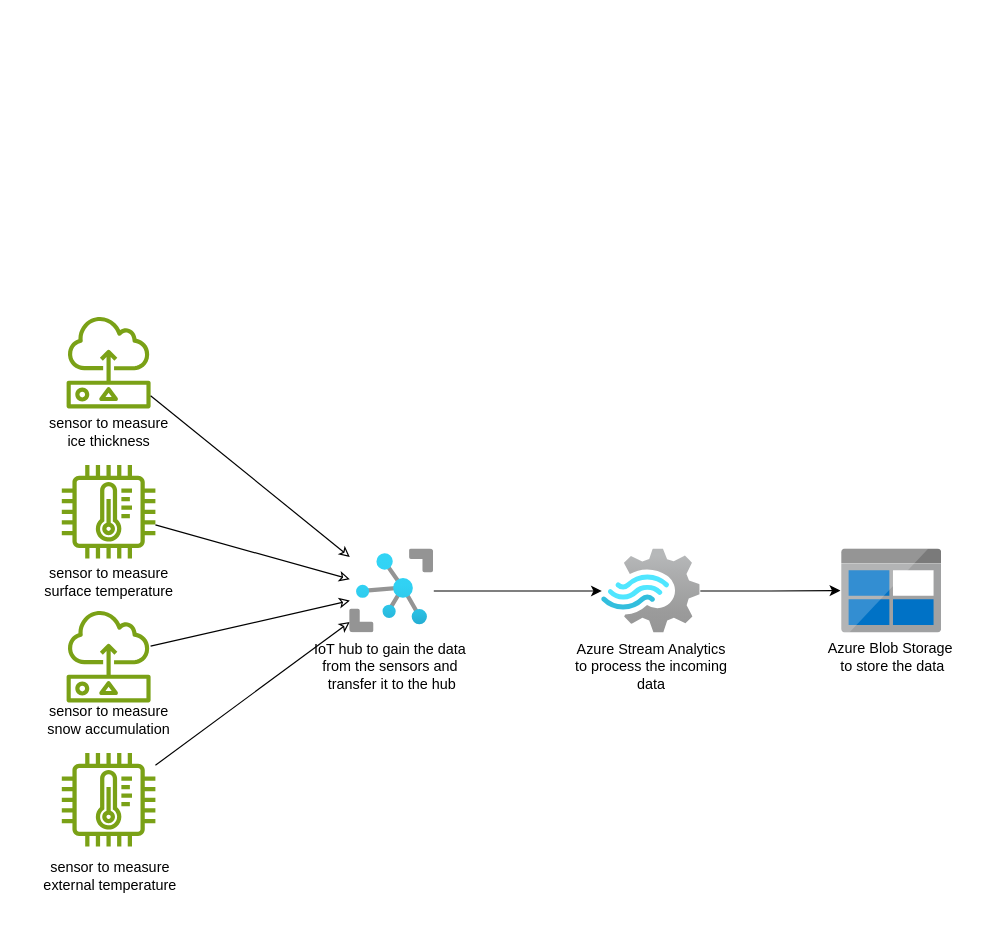
Above: Real_Time_System.drawio in mo10serek/CST_8916_Final_Project (draw.io), before the change. Source tidied: cells renumbered, new cells numbered last; positions are measured from the earlier drawing's top-left corner, leaving out a move shared by most shapes. Both pictures are drawn from the tidied source at 120%, with x=0, y=0 at pixel (30, 314).
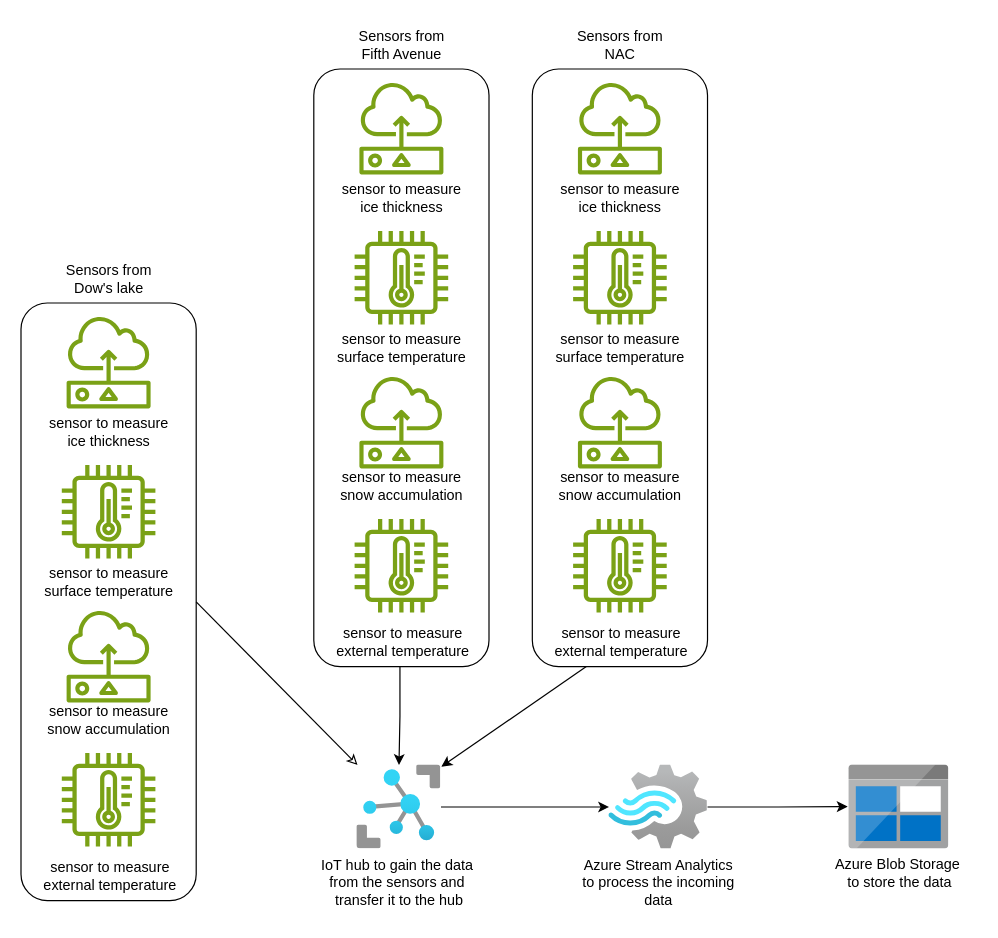
After the change.

Unchanged cells that the change refers to:
```xml
<mxCell id="2" style="sketch=0;outlineConnect=0;fontColor=#232F3E;gradientColor=none;fillColor=#7AA116;strokeColor=none;dashed=0;verticalLabelPosition=bottom;verticalAlign=top;align=center;html=1;fontSize=12;fontStyle=0;shape=mxgraph.aws4.iot_thing_temperature_sensor;" parent="1" vertex="1">
  <mxGeometry x="26" y="125" width="78" height="78" as="geometry" />
</mxCell>
<mxCell id="3" style="sketch=0;outlineConnect=0;fontColor=#232F3E;gradientColor=none;fillColor=#7AA116;strokeColor=none;dashed=0;verticalLabelPosition=bottom;verticalAlign=top;align=center;html=1;fontSize=12;fontStyle=0;shape=mxgraph.aws4.iot_thing_temperature_sensor;" parent="1" vertex="1">
  <mxGeometry x="26" y="365" width="78" height="78" as="geometry" />
</mxCell>
<mxCell id="4" style="sketch=0;outlineConnect=0;fontColor=#232F3E;gradientColor=none;fillColor=#7AA116;strokeColor=none;dashed=0;verticalLabelPosition=bottom;verticalAlign=top;align=center;html=1;fontSize=12;fontStyle=0;shape=mxgraph.aws4.sensor;" parent="1" vertex="1">
  <mxGeometry x="30" width="70" height="78" as="geometry" />
</mxCell>
<mxCell id="5" style="sketch=0;outlineConnect=0;fontColor=#232F3E;gradientColor=none;fillColor=#7AA116;strokeColor=none;dashed=0;verticalLabelPosition=bottom;verticalAlign=top;align=center;html=1;fontSize=12;fontStyle=0;shape=mxgraph.aws4.sensor;" parent="1" vertex="1">
  <mxGeometry x="30" y="245" width="70" height="78" as="geometry" />
</mxCell>
```

Change to the diagram source:
```diff
@@
+    <mxCell id="22" style="rounded=1;whiteSpace=wrap;html=1;" parent="1" vertex="1">
+      <mxGeometry x="-8" y="-10" width="146" height="498" as="geometry" />
+    </mxCell>
@@
-    <mxCell id="6" style="rounded=0;jettySize=auto;html=1;startArrow=classic;startFill=0;endArrow=none;" parent="1" edge="1" source="11" target="4">
+    <mxCell id="6" style="rounded=0;jettySize=auto;html=1;startArrow=classic;startFill=0;endArrow=none;entryX=1;entryY=0.5;entryDx=0;entryDy=0;" parent="1" edge="1" source="11" target="22">
       <mxGeometry relative="1" as="geometry" />
     </mxCell>
-    <mxCell id="7" style="rounded=0;jettySize=auto;html=1;startArrow=classic;startFill=0;endArrow=none;" parent="1" edge="1" source="11" target="2">
-      <mxGeometry relative="1" as="geometry" />
-    </mxCell>
-    <mxCell id="8" style="rounded=0;jettySize=auto;html=1;endArrow=none;endFill=1;startArrow=classic;startFill=0;" parent="1" edge="1" source="11" target="5">
-      <mxGeometry relative="1" as="geometry" />
-    </mxCell>
-    <mxCell id="9" style="rounded=0;jettySize=auto;html=1;endArrow=none;endFill=1;startArrow=classic;startFill=0;" parent="1" edge="1" source="11" target="3">
-      <mxGeometry relative="1" as="geometry" />
-    </mxCell>
@@
     <mxCell id="11" style="image;html=1;points=[];align=center;fontSize=12;image=img/lib/azure2/iot/IoT_Hub.svg;" parent="1" vertex="1">
-      <mxGeometry x="266" y="195" width="70" height="70" as="geometry" />
+      <mxGeometry x="272" y="375" width="70" height="70" as="geometry" />
     </mxCell>
     <mxCell id="12" style="image;html=1;points=[];align=center;fontSize=12;image=img/lib/azure2/iot/Stream_Analytics_Jobs.svg;" parent="1" vertex="1">
-      <mxGeometry x="476" y="195" width="82.1" height="70" as="geometry" />
+      <mxGeometry x="482" y="375" width="82.1" height="70" as="geometry" />
     </mxCell>
     <mxCell id="13" style="image;sketch=0;html=1;points=[];align=center;fontSize=12;image=img/lib/mscae/BlobBlock.svg;" parent="1" vertex="1">
-      <mxGeometry x="676" y="195" width="83.3" height="70" as="geometry" />
+      <mxGeometry x="682" y="375" width="83.3" height="70" as="geometry" />
     </mxCell>
@@
     <mxCell id="19" value="IoT hub to gain the data&amp;nbsp;&lt;div&gt;from the sensors and&amp;nbsp;&lt;/div&gt;&lt;div&gt;transfer it to the hub&lt;/div&gt;" style="text;html=1;align=center;verticalAlign=middle;strokeColor=none;fillColor=none;" parent="1" vertex="1">
-      <mxGeometry x="226" y="263" width="150" height="60" as="geometry" />
+      <mxGeometry x="232" y="443" width="150" height="60" as="geometry" />
     </mxCell>
     <mxCell id="20" value="Azure Stream Analytics&lt;div&gt;to process the incoming&lt;/div&gt;&lt;div&gt;data&lt;/div&gt;" style="text;html=1;align=center;verticalAlign=middle;strokeColor=none;fillColor=none;" parent="1" vertex="1">
-      <mxGeometry x="442" y="263" width="150" height="60" as="geometry" />
+      <mxGeometry x="448" y="443" width="150" height="60" as="geometry" />
     </mxCell>
     <mxCell id="21" value="Azure Blob Storage&amp;nbsp;&lt;div&gt;to store the data&lt;/div&gt;" style="text;html=1;align=center;verticalAlign=middle;strokeColor=none;fillColor=none;" parent="1" vertex="1">
-      <mxGeometry x="652.7" y="265" width="130" height="40" as="geometry" />
+      <mxGeometry x="658.7" y="445" width="130" height="40" as="geometry" />
     </mxCell>
+    <mxCell id="23" value="Sensors from&lt;div&gt;Dow's lake&lt;/div&gt;" style="text;html=1;align=center;verticalAlign=middle;strokeColor=none;fillColor=none;" parent="1" vertex="1">
+      <mxGeometry x="20" y="-50" width="90" height="40" as="geometry" />
+    </mxCell>
+    <mxCell id="24" style="edgeStyle=orthogonalEdgeStyle;rounded=0;jettySize=auto;html=1;exitX=0.483;exitY=0.925;exitDx=0;exitDy=0;exitPerimeter=0;" parent="1" edge="1" source="33" target="11">
+      <mxGeometry relative="1" as="geometry" />
+    </mxCell>
+    <mxCell id="25" style="rounded=1;whiteSpace=wrap;html=1;" parent="1" vertex="1">
+      <mxGeometry x="236" y="-205" width="146" height="498" as="geometry" />
+    </mxCell>
+    <mxCell id="26" style="sketch=0;fontColor=#232F3E;gradientColor=none;fillColor=#7AA116;strokeColor=none;dashed=0;verticalLabelPosition=bottom;verticalAlign=top;align=center;html=1;fontSize=12;fontStyle=0;shape=mxgraph.aws4.iot_thing_temperature_sensor;" parent="1" vertex="1">
+      <mxGeometry x="270" y="-70" width="78" height="78" as="geometry" />
+    </mxCell>
+    <mxCell id="27" style="sketch=0;fontColor=#232F3E;gradientColor=none;fillColor=#7AA116;strokeColor=none;dashed=0;verticalLabelPosition=bottom;verticalAlign=top;align=center;html=1;fontSize=12;fontStyle=0;shape=mxgraph.aws4.iot_thing_temperature_sensor;" parent="1" vertex="1">
+      <mxGeometry x="270" y="170" width="78" height="78" as="geometry" />
+    </mxCell>
+    <mxCell id="28" style="sketch=0;fontColor=#232F3E;gradientColor=none;fillColor=#7AA116;strokeColor=none;dashed=0;verticalLabelPosition=bottom;verticalAlign=top;align=center;html=1;fontSize=12;fontStyle=0;shape=mxgraph.aws4.sensor;" parent="1" vertex="1">
+      <mxGeometry x="274" y="-195" width="70" height="78" as="geometry" />
+    </mxCell>
+    <mxCell id="29" style="sketch=0;fontColor=#232F3E;gradientColor=none;fillColor=#7AA116;strokeColor=none;dashed=0;verticalLabelPosition=bottom;verticalAlign=top;align=center;html=1;fontSize=12;fontStyle=0;shape=mxgraph.aws4.sensor;" parent="1" vertex="1">
+      <mxGeometry x="274" y="50" width="70" height="78" as="geometry" />
+    </mxCell>
+    <mxCell id="30" value="sensor to measure&lt;div&gt;ice thickness&lt;/div&gt;" style="text;html=1;align=center;verticalAlign=middle;strokeColor=none;fillColor=none;" parent="1" vertex="1">
+      <mxGeometry x="249" y="-117" width="120" height="40" as="geometry" />
+    </mxCell>
+    <mxCell id="31" value="sensor to measure&lt;div&gt;surface temperature&lt;/div&gt;" style="text;html=1;align=center;verticalAlign=middle;strokeColor=none;fillColor=none;" parent="1" vertex="1">
+      <mxGeometry x="244" y="8" width="130" height="40" as="geometry" />
+    </mxCell>
+    <mxCell id="32" value="sensor to measure&lt;div&gt;snow accumulation&lt;/div&gt;" style="text;html=1;align=center;verticalAlign=middle;strokeColor=none;fillColor=none;" parent="1" vertex="1">
+      <mxGeometry x="244" y="123" width="130" height="40" as="geometry" />
+    </mxCell>
+    <mxCell id="33" value="sensor to measure&lt;div&gt;external temperature&lt;/div&gt;" style="text;html=1;align=center;verticalAlign=middle;points=[];strokeColor=none;fillColor=none;" parent="1" vertex="1">
+      <mxGeometry x="245" y="253" width="130" height="40" as="geometry" />
+    </mxCell>
+    <mxCell id="34" value="Sensors from&lt;div&gt;Fifth Avenue&lt;/div&gt;" style="text;html=1;align=center;verticalAlign=middle;strokeColor=none;fillColor=none;" parent="1" vertex="1">
+      <mxGeometry x="264" y="-245" width="90" height="40" as="geometry" />
+    </mxCell>
+    <mxCell id="35" style="rounded=1;whiteSpace=wrap;html=1;" parent="1" vertex="1">
+      <mxGeometry x="418.1" y="-205" width="146" height="498" as="geometry" />
+    </mxCell>
+    <mxCell id="36" style="sketch=0;fontColor=#232F3E;gradientColor=none;fillColor=#7AA116;strokeColor=none;dashed=0;verticalLabelPosition=bottom;verticalAlign=top;align=center;html=1;fontSize=12;fontStyle=0;shape=mxgraph.aws4.iot_thing_temperature_sensor;" parent="1" vertex="1">
+      <mxGeometry x="452.1" y="-70" width="78" height="78" as="geometry" />
+    </mxCell>
+    <mxCell id="37" style="sketch=0;fontColor=#232F3E;gradientColor=none;fillColor=#7AA116;strokeColor=none;dashed=0;verticalLabelPosition=bottom;verticalAlign=top;align=center;html=1;fontSize=12;fontStyle=0;shape=mxgraph.aws4.iot_thing_temperature_sensor;" parent="1" vertex="1">
+      <mxGeometry x="452.1" y="170" width="78" height="78" as="geometry" />
+    </mxCell>
+    <mxCell id="38" style="sketch=0;fontColor=#232F3E;gradientColor=none;fillColor=#7AA116;strokeColor=none;dashed=0;verticalLabelPosition=bottom;verticalAlign=top;align=center;html=1;fontSize=12;fontStyle=0;shape=mxgraph.aws4.sensor;" parent="1" vertex="1">
+      <mxGeometry x="456.1" y="-195" width="70" height="78" as="geometry" />
+    </mxCell>
+    <mxCell id="39" style="sketch=0;fontColor=#232F3E;gradientColor=none;fillColor=#7AA116;strokeColor=none;dashed=0;verticalLabelPosition=bottom;verticalAlign=top;align=center;html=1;fontSize=12;fontStyle=0;shape=mxgraph.aws4.sensor;" parent="1" vertex="1">
+      <mxGeometry x="456.1" y="50" width="70" height="78" as="geometry" />
+    </mxCell>
+    <mxCell id="40" value="sensor to measure&lt;div&gt;ice thickness&lt;/div&gt;" style="text;html=1;align=center;verticalAlign=middle;strokeColor=none;fillColor=none;" parent="1" vertex="1">
+      <mxGeometry x="431.1" y="-117" width="120" height="40" as="geometry" />
+    </mxCell>
+    <mxCell id="41" value="sensor to measure&lt;div&gt;surface temperature&lt;/div&gt;" style="text;html=1;align=center;verticalAlign=middle;strokeColor=none;fillColor=none;" parent="1" vertex="1">
+      <mxGeometry x="426.1" y="8" width="130" height="40" as="geometry" />
+    </mxCell>
+    <mxCell id="42" value="sensor to measure&lt;div&gt;snow accumulation&lt;/div&gt;" style="text;html=1;align=center;verticalAlign=middle;strokeColor=none;fillColor=none;" parent="1" vertex="1">
+      <mxGeometry x="426.1" y="123" width="130" height="40" as="geometry" />
+    </mxCell>
+    <mxCell id="43" value="sensor to measure&lt;div&gt;external temperature&lt;/div&gt;" style="text;html=1;align=center;verticalAlign=middle;points=[];strokeColor=none;fillColor=none;" parent="1" vertex="1">
+      <mxGeometry x="427.1" y="253" width="130" height="40" as="geometry" />
+    </mxCell>
+    <mxCell id="44" value="Sensors from&lt;div&gt;NAC&lt;/div&gt;" style="text;html=1;align=center;verticalAlign=middle;strokeColor=none;fillColor=none;" parent="1" vertex="1">
+      <mxGeometry x="446.1" y="-245" width="90" height="40" as="geometry" />
+    </mxCell>
+    <mxCell id="45" style="rounded=0;jettySize=auto;html=1;entryX=1.005;entryY=0.02;entryDx=0;entryDy=0;entryPerimeter=0;" parent="1" edge="1" source="43" target="11">
+      <mxGeometry relative="1" as="geometry" />
+    </mxCell>
```
